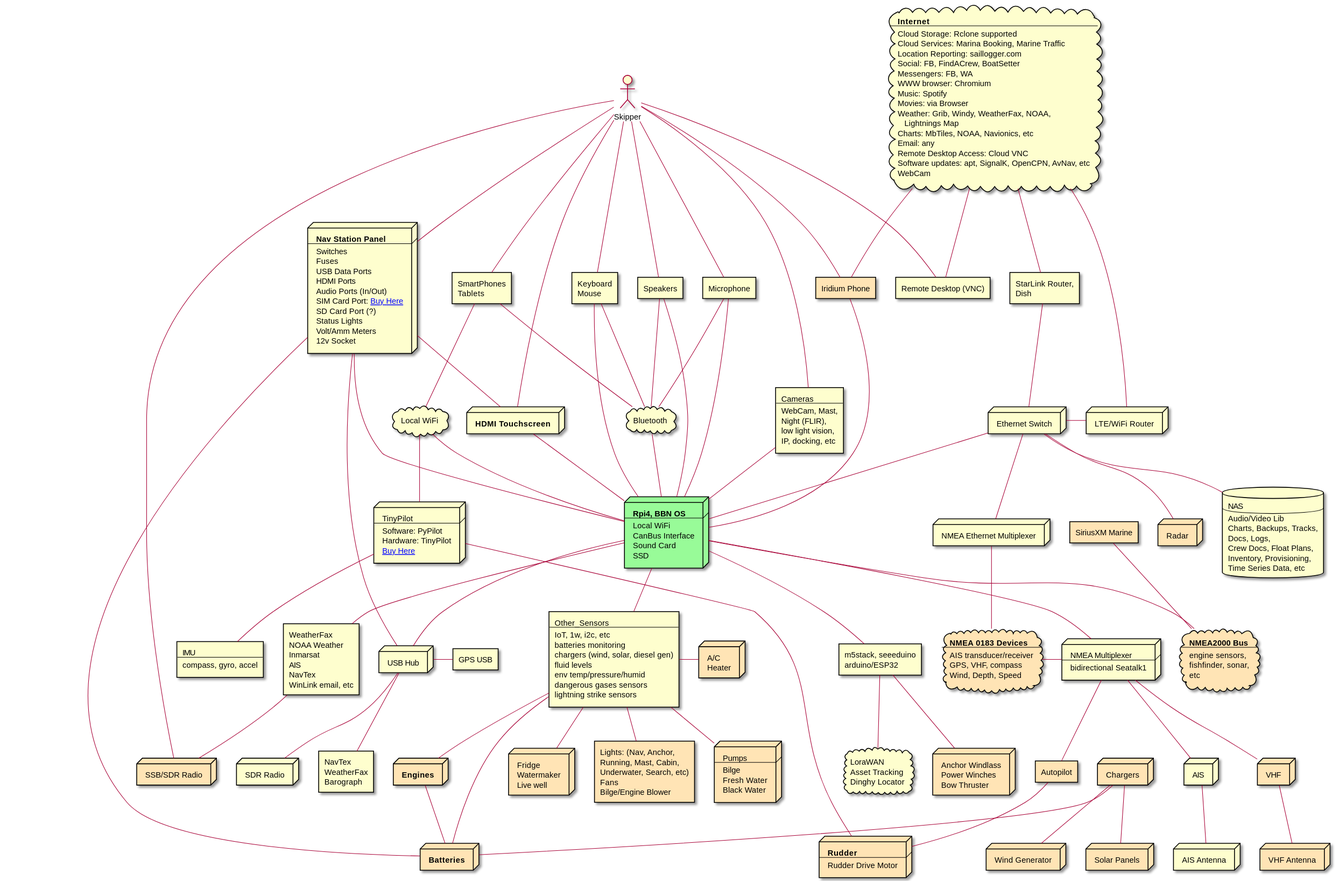
This is docs/images/system-arch.svg from bareboat-necessities/my-bareboat, a PlantUML export, as it was before one commit.
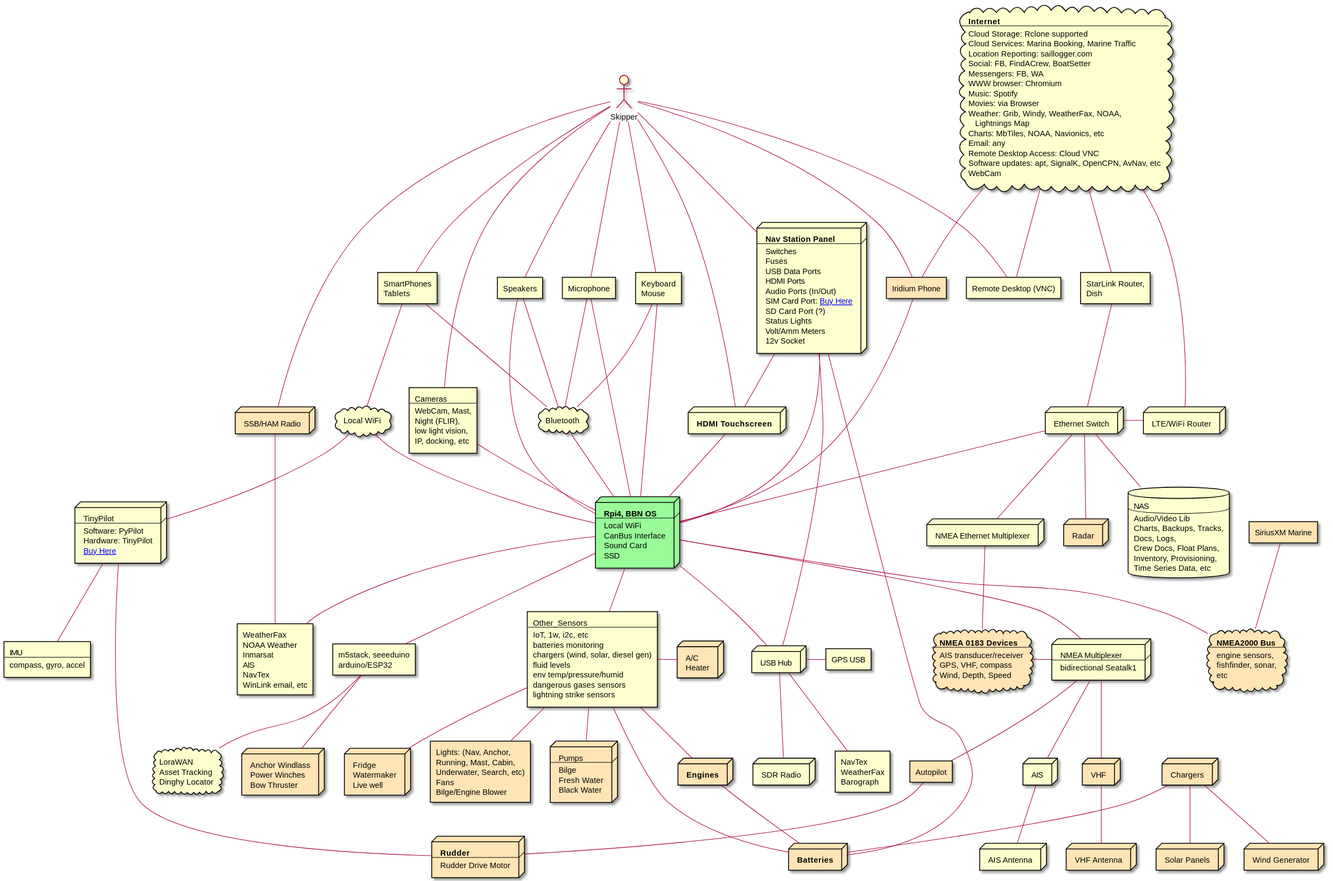
The same diagram one commit later.

What changed in the source:
```diff
@@ -147,7 +147,7 @@
 ]
 
 node SSB #moccasin [
- SSB/SDR Radio
+ SSB/HAM Radio
 ]
 
 cloud WiFi_Local [
@@ -316,7 +316,7 @@
 RPI -l- Panel
 
 Radio_Data -u- RPI
-Radio_Data -- SSB
+Radio_Data -u- SSB
 
 Bluetooth -u- Speakers
 Bluetooth -u- Keyboard_Mouse
```
